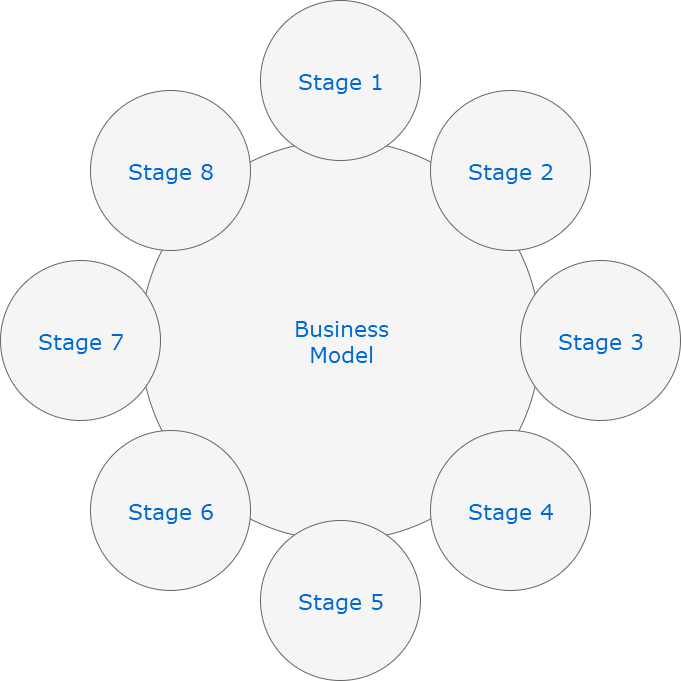
This is pa3-3.png from stephenlaw30/stephenlaw, a draw.io export, as it was before one commit. Source tidied: cells renumbered, new cells last; positions are measured from the earlier drawing's top-left corner, leaving out a move shared by most shapes.
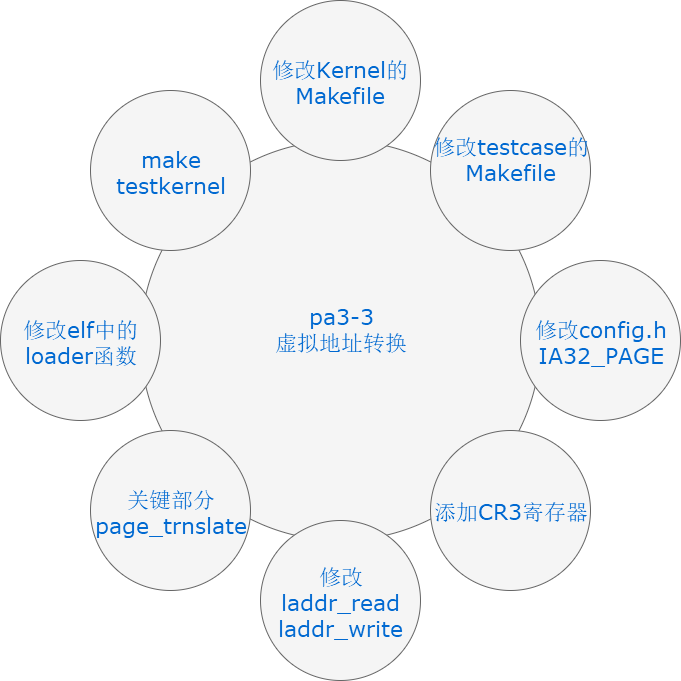
Above is the later version.

What changed in the source:
```diff
@@ -2,31 +2,31 @@
   <root>
     <mxCell id="0" />
     <mxCell id="1" parent="0" />
-    <mxCell id="2" value="Business&lt;div&gt;Model&lt;/div&gt;" style="ellipse;whiteSpace=wrap;html=1;rounded=0;shadow=0;dashed=0;comic=0;fontFamily=Verdana;fontSize=22;fontColor=#0069D1;fillColor=#f5f5f5;strokeColor=#666666;" parent="1" vertex="1">
+    <mxCell id="2" value="pa3-3&lt;div&gt;虚拟地址转换&lt;br&gt;&lt;div&gt;&lt;br&gt;&lt;/div&gt;&lt;/div&gt;" style="ellipse;whiteSpace=wrap;html=1;rounded=0;shadow=0;dashed=0;comic=0;fontFamily=Verdana;fontSize=22;fontColor=#0069D1;fillColor=#f5f5f5;strokeColor=#666666;" parent="1" vertex="1">
       <mxGeometry x="140" y="140" width="400" height="400" as="geometry" />
     </mxCell>
-    <mxCell id="3" value="Stage 1" style="ellipse;whiteSpace=wrap;html=1;rounded=0;shadow=0;dashed=0;comic=0;fontFamily=Verdana;fontSize=22;fontColor=#0069D1;fillColor=#f5f5f5;strokeColor=#666666;" parent="1" vertex="1">
+    <mxCell id="3" value="修改Kernel的&lt;div&gt;Makefile&lt;/div&gt;" style="ellipse;whiteSpace=wrap;html=1;rounded=0;shadow=0;dashed=0;comic=0;fontFamily=Verdana;fontSize=22;fontColor=#0069D1;fillColor=#f5f5f5;strokeColor=#666666;" parent="1" vertex="1">
       <mxGeometry x="260" width="160" height="160" as="geometry" />
     </mxCell>
-    <mxCell id="4" value="Stage 5" style="ellipse;whiteSpace=wrap;html=1;rounded=0;shadow=0;dashed=0;comic=0;fontFamily=Verdana;fontSize=22;fontColor=#0069D1;fillColor=#f5f5f5;strokeColor=#666666;" parent="1" vertex="1">
+    <mxCell id="4" value="修改laddr_read&lt;div&gt;laddr_write&lt;/div&gt;" style="ellipse;whiteSpace=wrap;html=1;rounded=0;shadow=0;dashed=0;comic=0;fontFamily=Verdana;fontSize=22;fontColor=#0069D1;fillColor=#f5f5f5;strokeColor=#666666;" parent="1" vertex="1">
       <mxGeometry x="260" y="520" width="160" height="160" as="geometry" />
     </mxCell>
-    <mxCell id="5" value="Stage 3" style="ellipse;whiteSpace=wrap;html=1;rounded=0;shadow=0;dashed=0;comic=0;fontFamily=Verdana;fontSize=22;fontColor=#0069D1;fillColor=#f5f5f5;strokeColor=#666666;" parent="1" vertex="1">
+    <mxCell id="5" value="修改config.h&lt;div&gt;IA32_PAGE&lt;/div&gt;" style="ellipse;whiteSpace=wrap;html=1;rounded=0;shadow=0;dashed=0;comic=0;fontFamily=Verdana;fontSize=22;fontColor=#0069D1;fillColor=#f5f5f5;strokeColor=#666666;" parent="1" vertex="1">
       <mxGeometry x="520" y="260" width="160" height="160" as="geometry" />
     </mxCell>
-    <mxCell id="6" value="Stage 7" style="ellipse;whiteSpace=wrap;html=1;rounded=0;shadow=0;dashed=0;comic=0;fontFamily=Verdana;fontSize=22;fontColor=#0069D1;fillColor=#f5f5f5;strokeColor=#666666;" parent="1" vertex="1">
+    <mxCell id="6" value="修改elf中的loader函数" style="ellipse;whiteSpace=wrap;html=1;rounded=0;shadow=0;dashed=0;comic=0;fontFamily=Verdana;fontSize=22;fontColor=#0069D1;fillColor=#f5f5f5;strokeColor=#666666;" parent="1" vertex="1">
       <mxGeometry y="260" width="160" height="160" as="geometry" />
     </mxCell>
-    <mxCell id="7" value="Stage 8" style="ellipse;whiteSpace=wrap;html=1;rounded=0;shadow=0;dashed=0;comic=0;fontFamily=Verdana;fontSize=22;fontColor=#0069D1;fillColor=#f5f5f5;strokeColor=#666666;" parent="1" vertex="1">
+    <mxCell id="7" value="make&lt;div&gt;testkernel&lt;/div&gt;" style="ellipse;whiteSpace=wrap;html=1;rounded=0;shadow=0;dashed=0;comic=0;fontFamily=Verdana;fontSize=22;fontColor=#0069D1;fillColor=#f5f5f5;strokeColor=#666666;" parent="1" vertex="1">
       <mxGeometry x="90" y="90" width="160" height="160" as="geometry" />
     </mxCell>
-    <mxCell id="8" value="Stage 2" style="ellipse;whiteSpace=wrap;html=1;rounded=0;shadow=0;dashed=0;comic=0;fontFamily=Verdana;fontSize=22;fontColor=#0069D1;fillColor=#f5f5f5;strokeColor=#666666;" parent="1" vertex="1">
+    <mxCell id="8" value="修改testcase的&lt;div&gt;Makefile&lt;/div&gt;" style="ellipse;whiteSpace=wrap;html=1;rounded=0;shadow=0;dashed=0;comic=0;fontFamily=Verdana;fontSize=22;fontColor=#0069D1;fillColor=#f5f5f5;strokeColor=#666666;" parent="1" vertex="1">
       <mxGeometry x="430" y="90" width="160" height="160" as="geometry" />
     </mxCell>
-    <mxCell id="9" value="Stage 4" style="ellipse;whiteSpace=wrap;html=1;rounded=0;shadow=0;dashed=0;comic=0;fontFamily=Verdana;fontSize=22;fontColor=#0069D1;fillColor=#f5f5f5;strokeColor=#666666;" parent="1" vertex="1">
+    <mxCell id="9" value="添加CR3寄存器" style="ellipse;whiteSpace=wrap;html=1;rounded=0;shadow=0;dashed=0;comic=0;fontFamily=Verdana;fontSize=22;fontColor=#0069D1;fillColor=#f5f5f5;strokeColor=#666666;" parent="1" vertex="1">
       <mxGeometry x="430" y="430" width="160" height="160" as="geometry" />
     </mxCell>
-    <mxCell id="10" value="Stage 6" style="ellipse;whiteSpace=wrap;html=1;rounded=0;shadow=0;dashed=0;comic=0;fontFamily=Verdana;fontSize=22;fontColor=#0069D1;fillColor=#f5f5f5;strokeColor=#666666;" parent="1" vertex="1">
+    <mxCell id="10" value="关键部分&lt;div&gt;page_trnslate&lt;/div&gt;" style="ellipse;whiteSpace=wrap;html=1;rounded=0;shadow=0;dashed=0;comic=0;fontFamily=Verdana;fontSize=22;fontColor=#0069D1;fillColor=#f5f5f5;strokeColor=#666666;" parent="1" vertex="1">
       <mxGeometry x="90" y="430" width="160" height="160" as="geometry" />
     </mxCell>
   </root>
```
